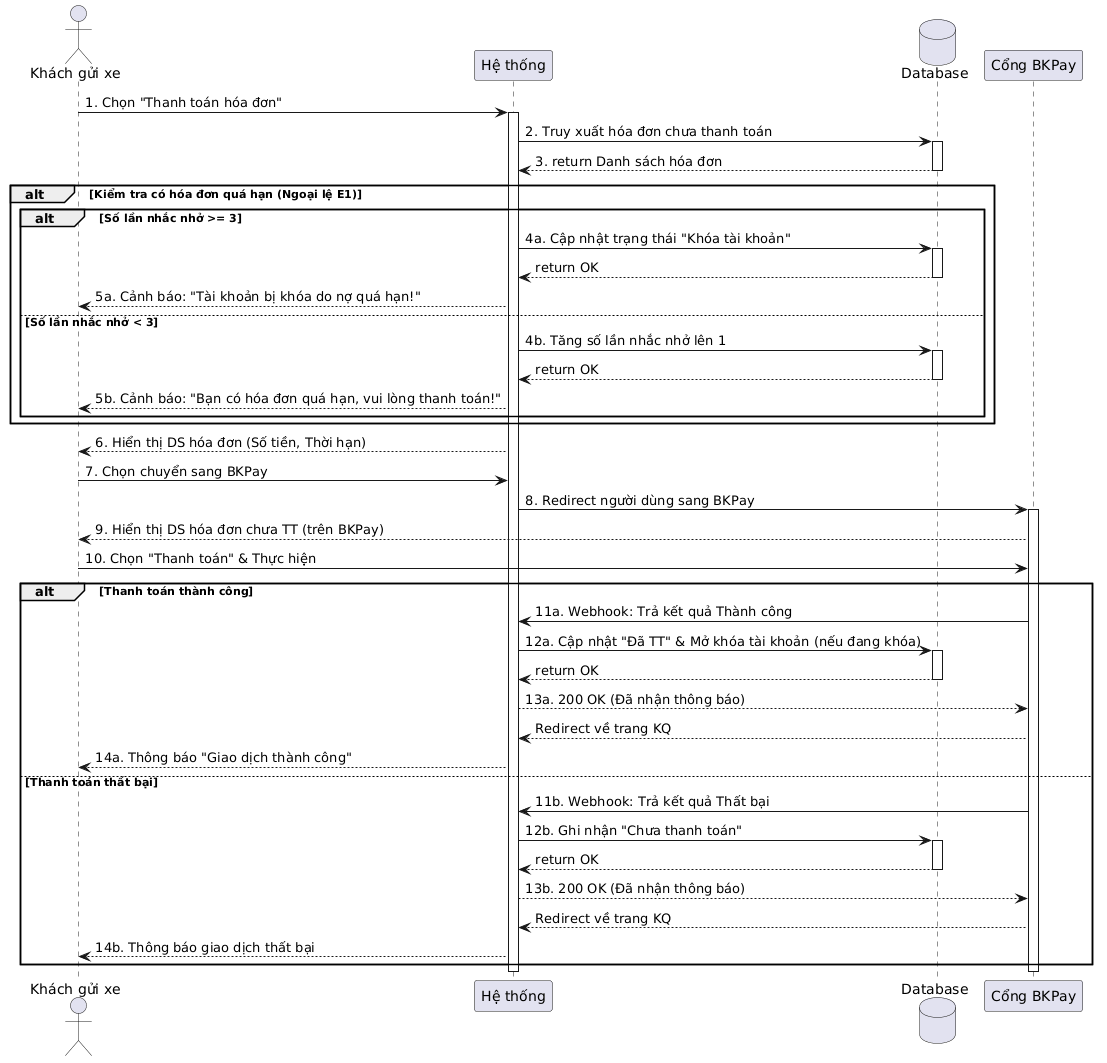
This is LaTex/pictures/seq_thanhtoanhoadon.png from KTX-0711/Software-Engineering-Assignment-HK252, a PlantUML export, as it was before one commit.
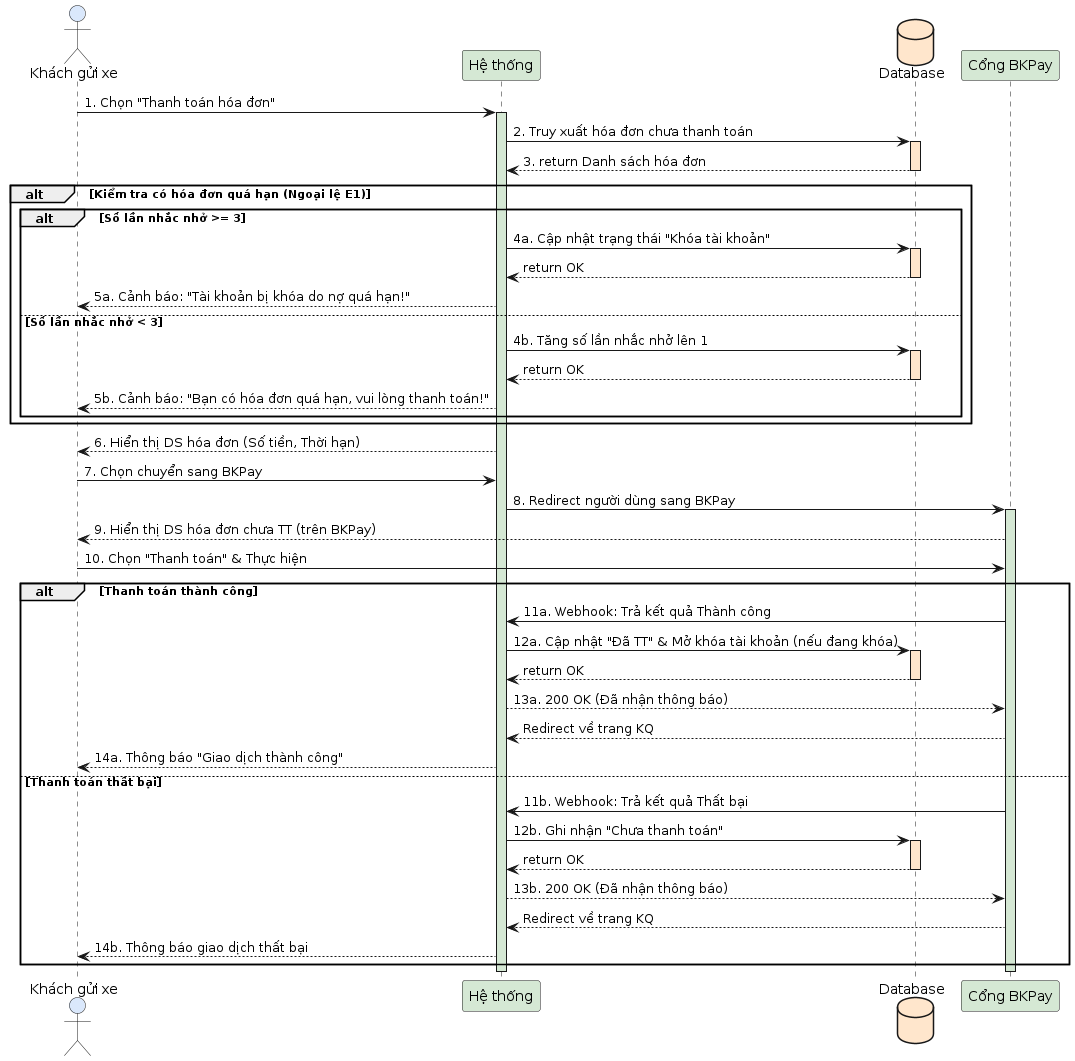
The same diagram one commit later.

Change to the diagram source:
```diff
@@ -1,27 +1,27 @@
 @startuml
-actor "Khách gửi xe" as User
-participant "Hệ thống" as System
-database "Database" as DB
-participant "Cổng BKPay" as BKPay
+actor "Khách gửi xe" as User #DAE8FC
+participant "Hệ thống" as System #D5E8D4
+database "Database" as DB #FFE6CC
+participant "Cổng BKPay" as BKPay #D5E8D4
 
 User -> System : 1. Chọn "Thanh toán hóa đơn"
-activate System
+activate System #D5E8D4
 
 System -> DB : 2. Truy xuất hóa đơn chưa thanh toán
-activate DB
+activate DB #FFE6CC
 DB --> System : 3. return Danh sách hóa đơn
 deactivate DB
 
 alt Kiểm tra có hóa đơn quá hạn (Ngoại lệ E1)
     alt Số lần nhắc nhở >= 3
         System -> DB : 4a. Cập nhật trạng thái "Khóa tài khoản"
-        activate DB
+        activate DB #FFE6CC
         DB --> System : return OK
-        deactivate DB
+        deactivate DB #FFE6CC
         System --> User : 5a. Cảnh báo: "Tài khoản bị khóa do nợ quá hạn!"
     else Số lần nhắc nhở < 3
         System -> DB : 4b. Tăng số lần nhắc nhở lên 1
-        activate DB
+        activate DB #FFE6CC
         DB --> System : return OK
         deactivate DB
         System --> User : 5b. Cảnh báo: "Bạn có hóa đơn quá hạn, vui lòng thanh toán!"
@@ -32,7 +32,7 @@
 
 User -> System : 7. Chọn chuyển sang BKPay
 System -> BKPay : 8. Redirect người dùng sang BKPay
-activate BKPay
+activate BKPay #D5E8D4
 
 BKPay --> User : 9. Hiển thị DS hóa đơn chưa TT (trên BKPay)
 User -> BKPay : 10. Chọn "Thanh toán" & Thực hiện
@@ -41,7 +41,7 @@
     BKPay -> System : 11a. Webhook: Trả kết quả Thành công
 
     System -> DB : 12a. Cập nhật "Đã TT" & Mở khóa tài khoản (nếu đang khóa)
-    activate DB
+    activate DB #FFE6CC
     DB --> System : return OK
     deactivate DB
 
@@ -53,7 +53,7 @@
     BKPay -> System : 11b. Webhook: Trả kết quả Thất bại
 
     System -> DB : 12b. Ghi nhận "Chưa thanh toán"
-    activate DB
+    activate DB #FFE6CC
     DB --> System : return OK
     deactivate DB
 
```
